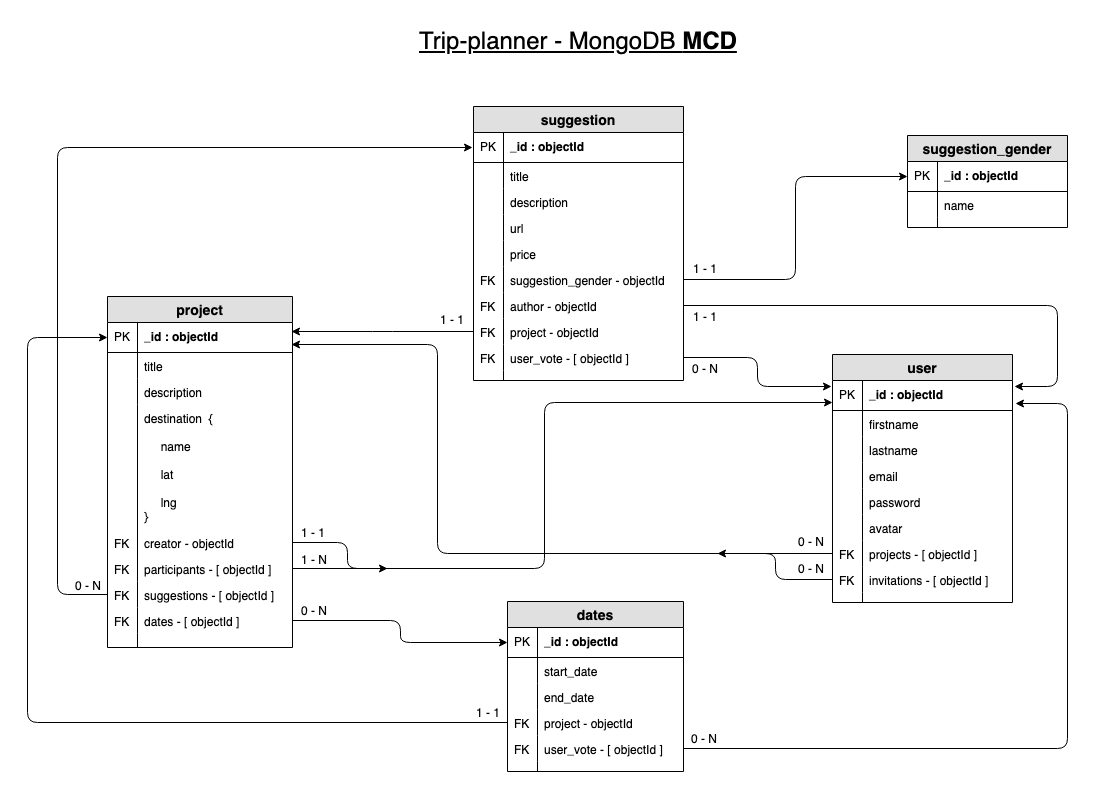
Before: documents/trip-planner-mcd-mongodb.png, a diagram exported from draw.io (maclaude/trip-planner-backend). Source tidied: cells renumbered, new cells last; positions are measured from the earlier drawing's top-left corner, leaving out a move shared by most shapes.
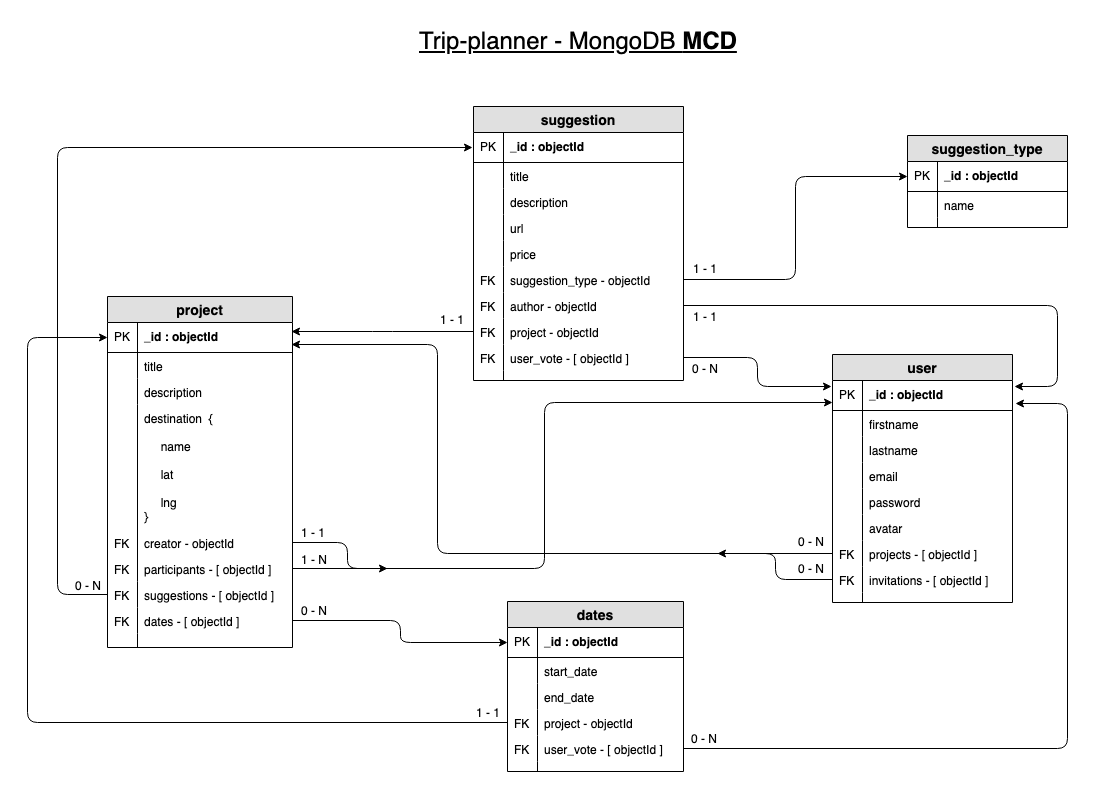
The same file after the commit.

Change to the diagram source:
```diff
@@ -149,7 +149,7 @@
     <mxCell id="50" style="shape=partialRectangle;top=0;left=0;bottom=0;fillColor=none;align=left;verticalAlign=top;spacingLeft=4;spacingRight=4;overflow=hidden;fontSize=12;" parent="49" vertex="1">
       <mxGeometry width="30" height="26" as="geometry" />
     </mxCell>
-    <mxCell id="51" value="suggestion_gender - objectId" style="shape=partialRectangle;top=0;left=0;right=0;bottom=0;align=left;verticalAlign=top;fillColor=none;spacingLeft=34;spacingRight=4;overflow=hidden;points=[[0,0.5],[1,0.5]];portConstraint=eastwest;fontSize=12;" parent="40" vertex="1">
+    <mxCell id="51" value="suggestion_type - objectId" style="shape=partialRectangle;top=0;left=0;right=0;bottom=0;align=left;verticalAlign=top;fillColor=none;spacingLeft=34;spacingRight=4;overflow=hidden;points=[[0,0.5],[1,0.5]];portConstraint=eastwest;fontSize=12;" parent="40" vertex="1">
       <mxGeometry y="160" width="210" height="26" as="geometry" />
     </mxCell>
     <mxCell id="52" value="FK" style="shape=partialRectangle;top=0;left=0;bottom=0;fillColor=none;align=left;verticalAlign=top;spacingLeft=4;spacingRight=4;overflow=hidden;fontSize=12;" parent="51" vertex="1">
@@ -179,7 +179,7 @@
     <mxCell id="60" style="shape=partialRectangle;top=0;left=0;bottom=0;fillColor=none;align=left;verticalAlign=top;spacingLeft=4;spacingRight=4;overflow=hidden;fontSize=12;" parent="59" vertex="1">
       <mxGeometry width="30" height="10" as="geometry" />
     </mxCell>
-    <mxCell id="61" value="suggestion_gender" style="swimlane;fontStyle=1;horizontal=1;startSize=26;fillColor=#e0e0e0;swimlaneFillColor=#ffffff;align=center;fontSize=14;" parent="1" vertex="1">
+    <mxCell id="61" value="suggestion_type" style="swimlane;fontStyle=1;horizontal=1;startSize=26;fillColor=#e0e0e0;swimlaneFillColor=#ffffff;align=center;fontSize=14;" parent="1" vertex="1">
       <mxGeometry x="880" y="115" width="160" height="92" as="geometry" />
     </mxCell>
     <mxCell id="62" value="_id : objectId" style="shape=partialRectangle;top=0;left=0;right=0;bottom=1;align=left;verticalAlign=middle;fillColor=none;spacingLeft=34;spacingRight=4;overflow=hidden;points=[[0,0.5],[1,0.5]];portConstraint=eastwest;fontStyle=1;fontSize=12;" parent="61" vertex="1">
```
